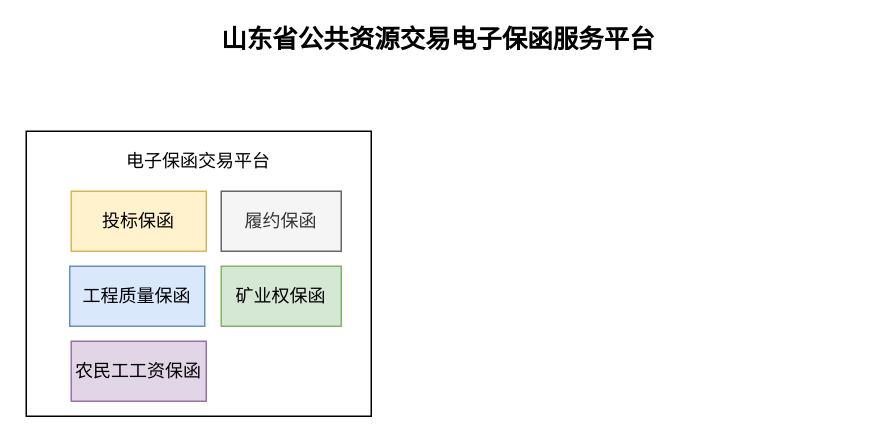
This is Untitled Diagram.drawio from hyk95/git, a draw.io file, before an edit. Source tidied: cells renumbered, new cells numbered last; positions are measured from the earlier drawing's top-left corner, leaving out a move shared by most shapes. Both pictures are drawn from the tidied source at 150%, with x=0, y=0 at pixel (26, 26).
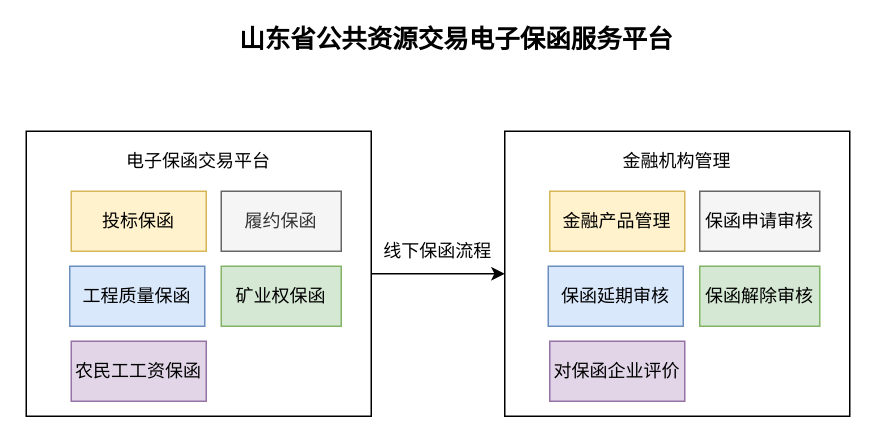
Above is the later version.

The edit, as a diff of the source:
```diff
@@
 <mxGraphModel>
   <root>
     <mxCell id="0" />
     <mxCell id="1" parent="0" />
+    <mxCell id="10" style="edgeStyle=orthogonalEdgeStyle;rounded=0;jettySize=auto;html=1;exitX=1;exitY=0.5;exitDx=0;exitDy=0;entryX=0;entryY=0.5;entryDx=0;entryDy=0;" parent="1" edge="1" source="2" target="11">
+      <mxGeometry relative="1" as="geometry" />
+    </mxCell>
     <mxCell id="2" style="rounded=0;whiteSpace=wrap;html=1;" parent="1" vertex="1">
       <mxGeometry y="70" width="230" height="190" as="geometry" />
     </mxCell>
     <mxCell id="3" value="&lt;b&gt;&lt;font style=&quot;font-size: 17px&quot;&gt;山东省公共资源交易电子保函服务平台&lt;/font&gt;&lt;/b&gt;" style="text;html=1;strokeColor=none;fillColor=none;align=center;verticalAlign=middle;whiteSpace=wrap;rounded=0;" parent="1" vertex="1">
-      <mxGeometry x="105" width="340" height="20" as="geometry" />
+      <mxGeometry x="117" width="340" height="20" as="geometry" />
     </mxCell>
     <mxCell id="4" value="电子保函交易平台" style="text;html=1;strokeColor=none;fillColor=none;align=center;verticalAlign=middle;whiteSpace=wrap;rounded=0;" parent="1" vertex="1">
       <mxGeometry x="65" y="80" width="100" height="20" as="geometry" />
     </mxCell>
     <mxCell id="5" value="矿业权保函" style="text;html=1;strokeColor=#82b366;fillColor=#d5e8d4;align=center;verticalAlign=middle;whiteSpace=wrap;rounded=0;" parent="1" vertex="1">
       <mxGeometry x="130" y="160" width="80" height="40" as="geometry" />
     </mxCell>
     <mxCell id="6" value="履约保函" style="text;html=1;strokeColor=#666666;fillColor=#f5f5f5;align=center;verticalAlign=middle;whiteSpace=wrap;rounded=0;fontColor=#333333;" parent="1" vertex="1">
       <mxGeometry x="130" y="110" width="80" height="40" as="geometry" />
     </mxCell>
     <mxCell id="7" value="投标保函" style="text;html=1;strokeColor=#d6b656;fillColor=#fff2cc;align=center;verticalAlign=middle;whiteSpace=wrap;rounded=0;" parent="1" vertex="1">
       <mxGeometry x="30" y="110" width="90" height="40" as="geometry" />
     </mxCell>
     <mxCell id="8" value="工程质量保函" style="text;html=1;strokeColor=#6c8ebf;fillColor=#dae8fc;align=center;verticalAlign=middle;whiteSpace=wrap;rounded=0;" parent="1" vertex="1">
       <mxGeometry x="29" y="160" width="90" height="40" as="geometry" />
     </mxCell>
     <mxCell id="9" value="农民工工资保函" style="text;html=1;strokeColor=#9673a6;fillColor=#e1d5e7;align=center;verticalAlign=middle;whiteSpace=wrap;rounded=0;" parent="1" vertex="1">
       <mxGeometry x="30" y="210" width="90" height="40" as="geometry" />
     </mxCell>
+    <mxCell id="11" style="rounded=0;whiteSpace=wrap;html=1;" parent="1" vertex="1">
+      <mxGeometry x="319" y="70" width="230" height="190" as="geometry" />
+    </mxCell>
+    <mxCell id="12" value="金融机构管理" style="text;html=1;strokeColor=none;fillColor=none;align=center;verticalAlign=middle;whiteSpace=wrap;rounded=0;" parent="1" vertex="1">
+      <mxGeometry x="384" y="80" width="100" height="20" as="geometry" />
+    </mxCell>
+    <mxCell id="13" value="保函解除审核" style="text;html=1;strokeColor=#82b366;fillColor=#d5e8d4;align=center;verticalAlign=middle;whiteSpace=wrap;rounded=0;" parent="1" vertex="1">
+      <mxGeometry x="449" y="160" width="80" height="40" as="geometry" />
+    </mxCell>
+    <mxCell id="14" value="&lt;span style=&quot;color: rgb(0 , 0 , 0)&quot;&gt;保函申请审核&lt;/span&gt;" style="text;html=1;strokeColor=#666666;fillColor=#f5f5f5;align=center;verticalAlign=middle;whiteSpace=wrap;rounded=0;fontColor=#333333;" parent="1" vertex="1">
+      <mxGeometry x="449" y="110" width="80" height="40" as="geometry" />
+    </mxCell>
+    <mxCell id="15" value="金融产品管理" style="text;html=1;strokeColor=#d6b656;fillColor=#fff2cc;align=center;verticalAlign=middle;whiteSpace=wrap;rounded=0;" parent="1" vertex="1">
+      <mxGeometry x="349" y="110" width="90" height="40" as="geometry" />
+    </mxCell>
+    <mxCell id="16" value="保函延期审核" style="text;html=1;strokeColor=#6c8ebf;fillColor=#dae8fc;align=center;verticalAlign=middle;whiteSpace=wrap;rounded=0;" parent="1" vertex="1">
+      <mxGeometry x="348" y="160" width="90" height="40" as="geometry" />
+    </mxCell>
+    <mxCell id="17" value="对保函企业评价" style="text;html=1;strokeColor=#9673a6;fillColor=#e1d5e7;align=center;verticalAlign=middle;whiteSpace=wrap;rounded=0;" parent="1" vertex="1">
+      <mxGeometry x="349" y="210" width="90" height="40" as="geometry" />
+    </mxCell>
+    <mxCell id="18" value="线下保函流程" style="text;html=1;align=center;verticalAlign=middle;" parent="1" vertex="1">
+      <mxGeometry x="229" y="140" width="90" height="20" as="geometry" />
+    </mxCell>
   </root>
 </mxGraphModel>
```
